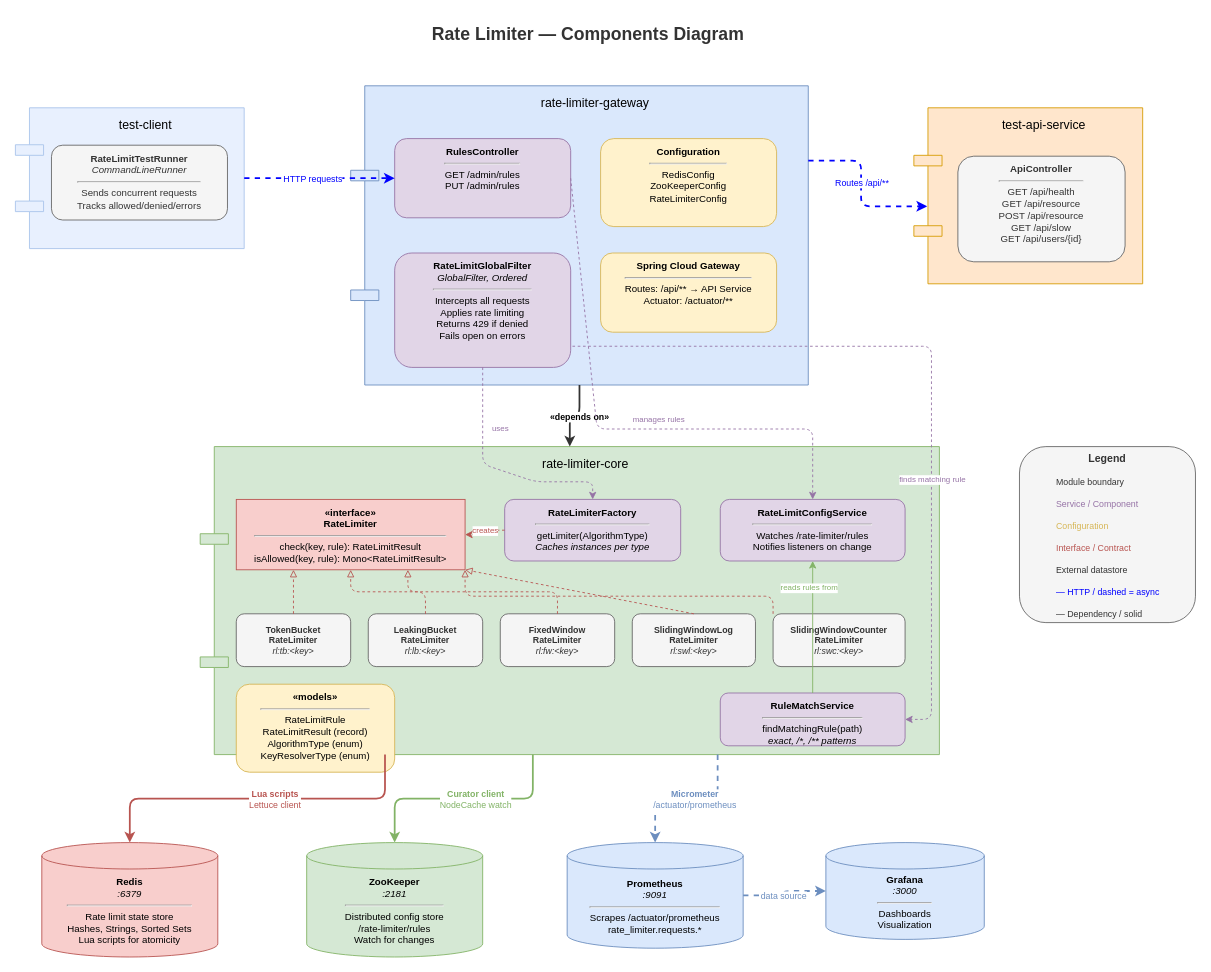
azastashkov/rate-limiter keeps this draw.io diagram as components-diagram.drawio. Above is the earlier version. Source tidied: cells renumbered, new cells numbered last; positions are measured from the earlier drawing's top-left corner, leaving out a move shared by most shapes. Both pictures are drawn from the tidied source at 88%, with x=0, y=0 at pixel (15, 15).
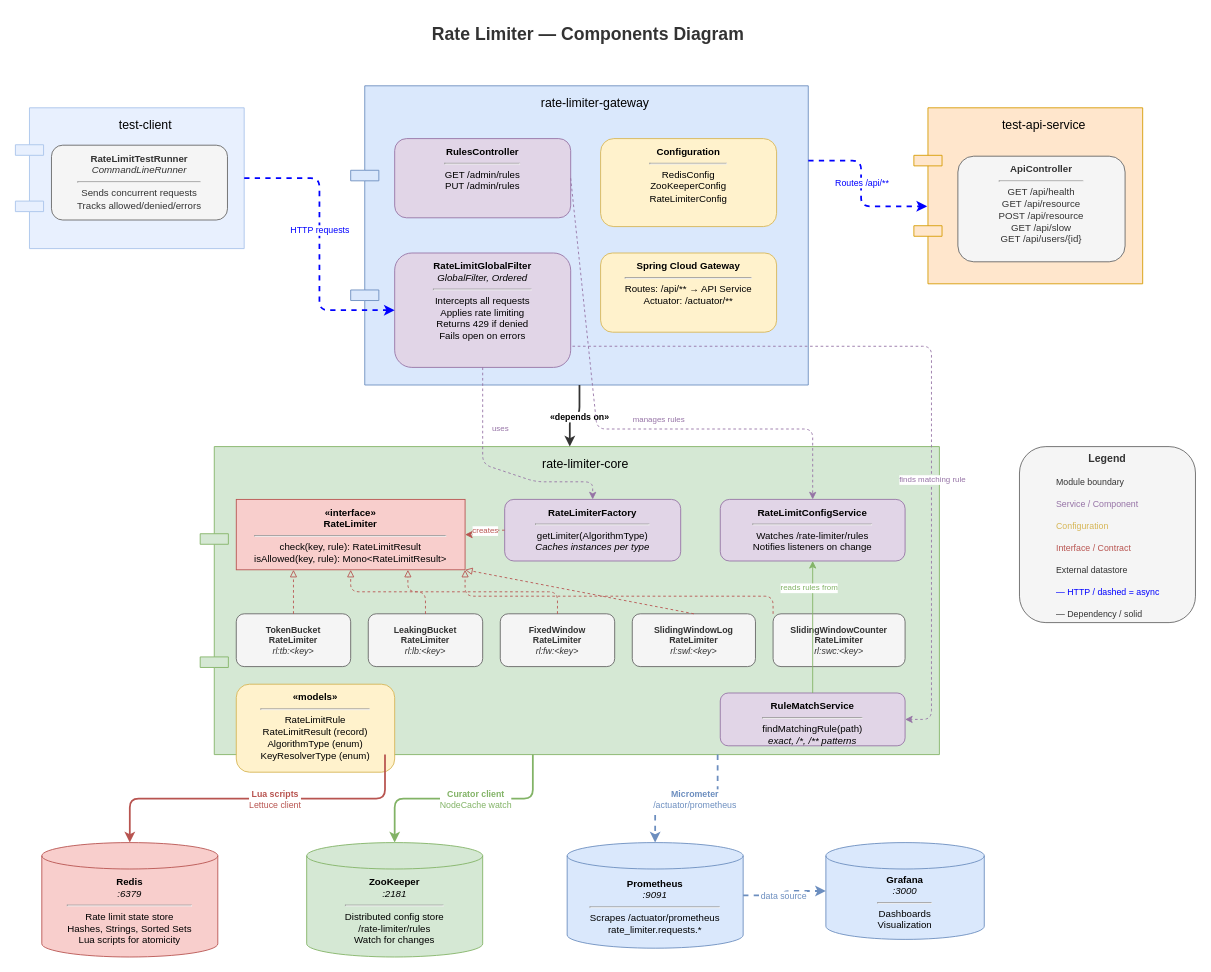
The same page after the edit.

Unchanged cells that the change refers to:
```xml
<mxCell id="3" value="&lt;b&gt;RateLimitGlobalFilter&lt;/b&gt;&lt;br&gt;&lt;i&gt;GlobalFilter, Ordered&lt;/i&gt;&lt;br&gt;&lt;hr&gt;Intercepts all requests&lt;br&gt;Applies rate limiting&lt;br&gt;Returns 429 if denied&lt;br&gt;Fails open on errors" style="rounded=1;whiteSpace=wrap;html=1;fillColor=#e1d5e7;strokeColor=#9673a6;fontSize=11;verticalAlign=top;spacingTop=2;align=center;" parent="1" vertex="1">
  <mxGeometry x="431" y="270" width="200" height="130" as="geometry" />
</mxCell>
<mxCell id="4" value="&lt;b&gt;RulesController&lt;/b&gt;&lt;br&gt;&lt;hr&gt;GET /admin/rules&lt;br&gt;PUT /admin/rules" style="rounded=1;whiteSpace=wrap;html=1;fillColor=#e1d5e7;strokeColor=#9673a6;fontSize=11;verticalAlign=top;spacingTop=2;align=center;" parent="1" vertex="1">
  <mxGeometry x="431" y="140" width="200" height="90" as="geometry" />
</mxCell>
<mxCell id="20" value="test-client" style="shape=component;align=center;spacingLeft=36;rounded=1;shadow=0;strokeColor=#a9c4eb;fillColor=#e8f0fe;fontSize=14;verticalAlign=top;spacingTop=5;whiteSpace=wrap;" parent="1" vertex="1">
  <mxGeometry y="105" width="260" height="160" as="geometry" />
</mxCell>
```

Diff of the diagram source:
```diff
@@
-    <mxCell id="26" style="edgeStyle=orthogonalEdgeStyle;rounded=1;jettySize=auto;exitX=1;exitY=0.5;exitDx=0;exitDy=0;entryX=0;entryY=0.5;entryDx=0;entryDy=0;strokeColor=#0000FF;strokeWidth=2;dashed=1;" parent="1" edge="1" source="20" target="4">
+    <mxCell id="26" style="edgeStyle=orthogonalEdgeStyle;rounded=1;jettySize=auto;exitX=1;exitY=0.5;exitDx=0;exitDy=0;entryX=0;entryY=0.5;entryDx=0;entryDy=0;strokeColor=#0000FF;strokeWidth=2;dashed=1;" parent="1" edge="1" source="20" target="3">
       <mxGeometry relative="1" as="geometry" />
     </mxCell>
```
